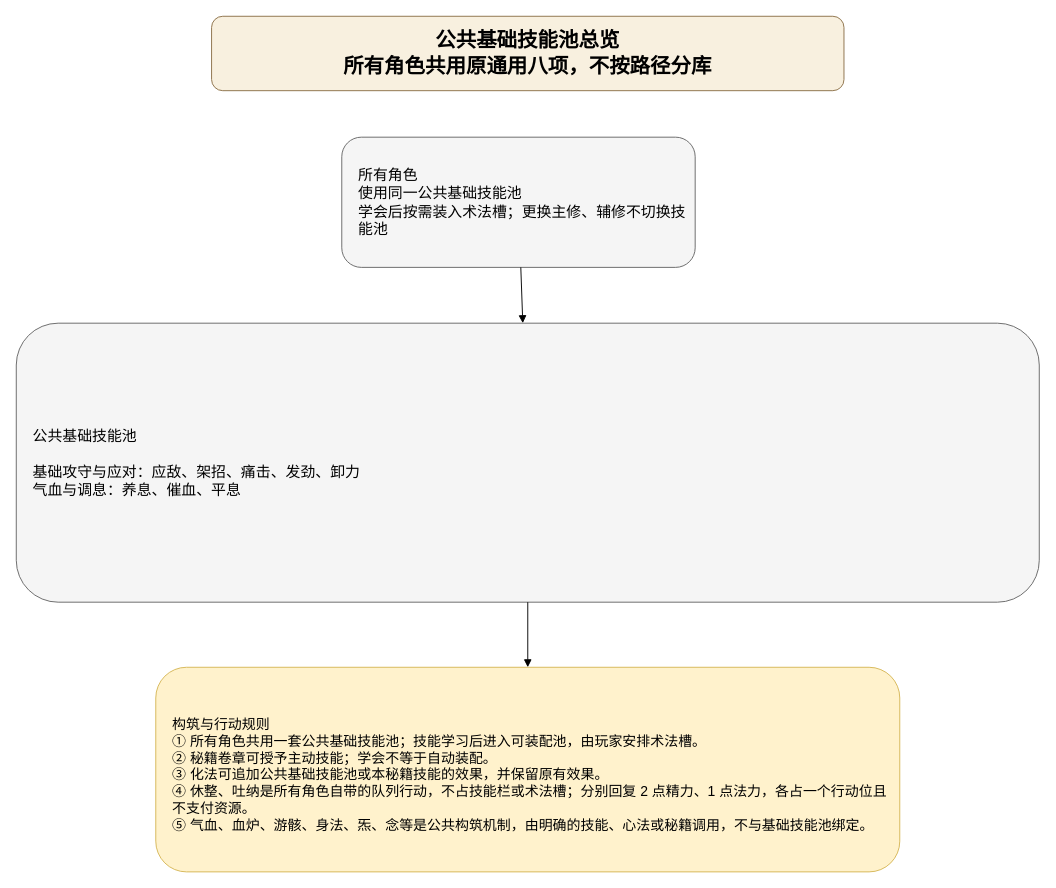
Before: docs/基础牌库词典/drawio/基础牌库总览.drawio in ankundanetracyc-spec/tian-guan-you-du, a draw.io diagram. Source tidied: cells renumbered, new cells numbered last; positions are measured from the earlier drawing's top-left corner, leaving out a move shared by most shapes. Both pictures are drawn from the tidied source at 93%, with x=0, y=0 at pixel (16, 16).
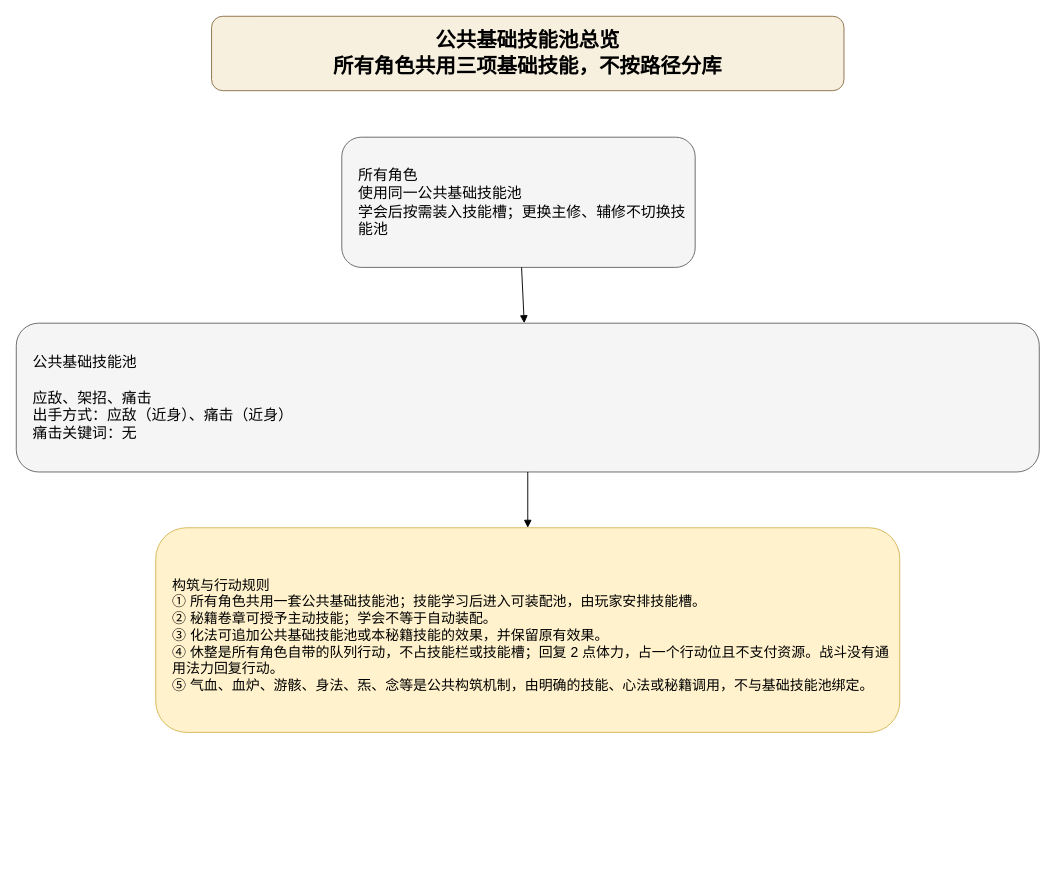
The same diagram, later.

What changed in the source:
```diff
@@
 <mxGraphModel>
   <root>
     <mxCell id="0" />
     <mxCell id="1" parent="0" />
-    <mxCell id="2" value="公共基础技能池总览&#10;所有角色共用原通用八项，不按路径分库" style="rounded=1;whiteSpace=wrap;html=1;fillColor=#f8f0df;strokeColor=#8b6f47;fontSize=22;fontStyle=1;" parent="1" vertex="1">
+    <mxCell id="2" value="公共基础技能池总览&#10;所有角色共用三项基础技能，不按路径分库" style="rounded=1;whiteSpace=wrap;html=1;fillColor=#f8f0df;strokeColor=#8b6f47;fontSize=22;fontStyle=1;" parent="1" vertex="1">
       <mxGeometry x="210" width="680" height="80" as="geometry" />
     </mxCell>
-    <mxCell id="3" value="所有角色&#10;使用同一公共基础技能池&#10;学会后按需装入术法槽；更换主修、辅修不切换技能池" style="rounded=1;whiteSpace=wrap;html=1;fillColor=#f5f5f5;strokeColor=#666666;fontSize=16;align=left;spacingLeft=16;" parent="1" vertex="1">
+    <mxCell id="3" value="所有角色&#10;使用同一公共基础技能池&#10;学会后按需装入技能槽；更换主修、辅修不切换技能池" style="rounded=1;whiteSpace=wrap;html=1;fillColor=#f5f5f5;strokeColor=#666666;fontSize=16;align=left;spacingLeft=16;" parent="1" vertex="1">
       <mxGeometry x="350" y="130" width="380" height="140" as="geometry" />
     </mxCell>
-    <mxCell id="4" value="公共基础技能池&#10;&#10;基础攻守与应对：应敌、架招、痛击、发劲、卸力&#10;气血与调息：养息、催血、平息" style="rounded=1;whiteSpace=wrap;html=1;fillColor=#f5f5f5;strokeColor=#666666;fontSize=16;align=left;spacingLeft=16;" parent="1" vertex="1">
-      <mxGeometry y="330" width="1100" height="300" as="geometry" />
+    <mxCell id="4" value="公共基础技能池&#10;&#10;应敌、架招、痛击&#10;出手方式：应敌（近身）、痛击（近身）&#10;痛击关键词：无" style="rounded=1;whiteSpace=wrap;html=1;fillColor=#f5f5f5;strokeColor=#666666;fontSize=16;align=left;spacingLeft=16;" parent="1" vertex="1">
+      <mxGeometry y="330" width="1100" height="160" as="geometry" />
     </mxCell>
-    <mxCell id="5" value="构筑与行动规则&#10;① 所有角色共用一套公共基础技能池；技能学习后进入可装配池，由玩家安排术法槽。&#10;② 秘籍卷章可授予主动技能；学会不等于自动装配。&#10;③ 化法可追加公共基础技能池或本秘籍技能的效果，并保留原有效果。&#10;④ 休整、吐纳是所有角色自带的队列行动，不占技能栏或术法槽；分别回复 2 点精力、1 点法力，各占一个行动位且不支付资源。&#10;⑤ 气血、血炉、游骸、身法、炁、念等是公共构筑机制，由明确的技能、心法或秘籍调用，不与基础技能池绑定。" style="rounded=1;whiteSpace=wrap;html=1;fillColor=#fff2cc;strokeColor=#d6b656;fontSize=15;align=left;spacingLeft=16;spacingTop=10;" parent="1" vertex="1">
-      <mxGeometry x="150" y="700" width="800" height="220" as="geometry" />
+    <mxCell id="5" value="构筑与行动规则&#10;① 所有角色共用一套公共基础技能池；技能学习后进入可装配池，由玩家安排技能槽。&#10;② 秘籍卷章可授予主动技能；学会不等于自动装配。&#10;③ 化法可追加公共基础技能池或本秘籍技能的效果，并保留原有效果。&#10;④ 休整是所有角色自带的队列行动，不占技能栏或技能槽；回复 2 点体力，占一个行动位且不支付资源。战斗没有通用法力回复行动。&#10;⑤ 气血、血炉、游骸、身法、炁、念等是公共构筑机制，由明确的技能、心法或秘籍调用，不与基础技能池绑定。" style="rounded=1;whiteSpace=wrap;html=1;fillColor=#fff2cc;strokeColor=#d6b656;fontSize=15;align=left;spacingLeft=16;spacingTop=10;" parent="1" vertex="1">
+      <mxGeometry x="150" y="550" width="800" height="220" as="geometry" />
     </mxCell>
     <mxCell id="6" style="endArrow=block;html=1;" parent="1" edge="1" source="3" target="4">
       <mxGeometry relative="1" as="geometry" />
     </mxCell>
     <mxCell id="7" style="endArrow=block;html=1;edgeStyle=orthogonalEdgeStyle;" parent="1" edge="1" source="4" target="5">
       <mxGeometry relative="1" as="geometry" />
     </mxCell>
   </root>
 </mxGraphModel>
```
